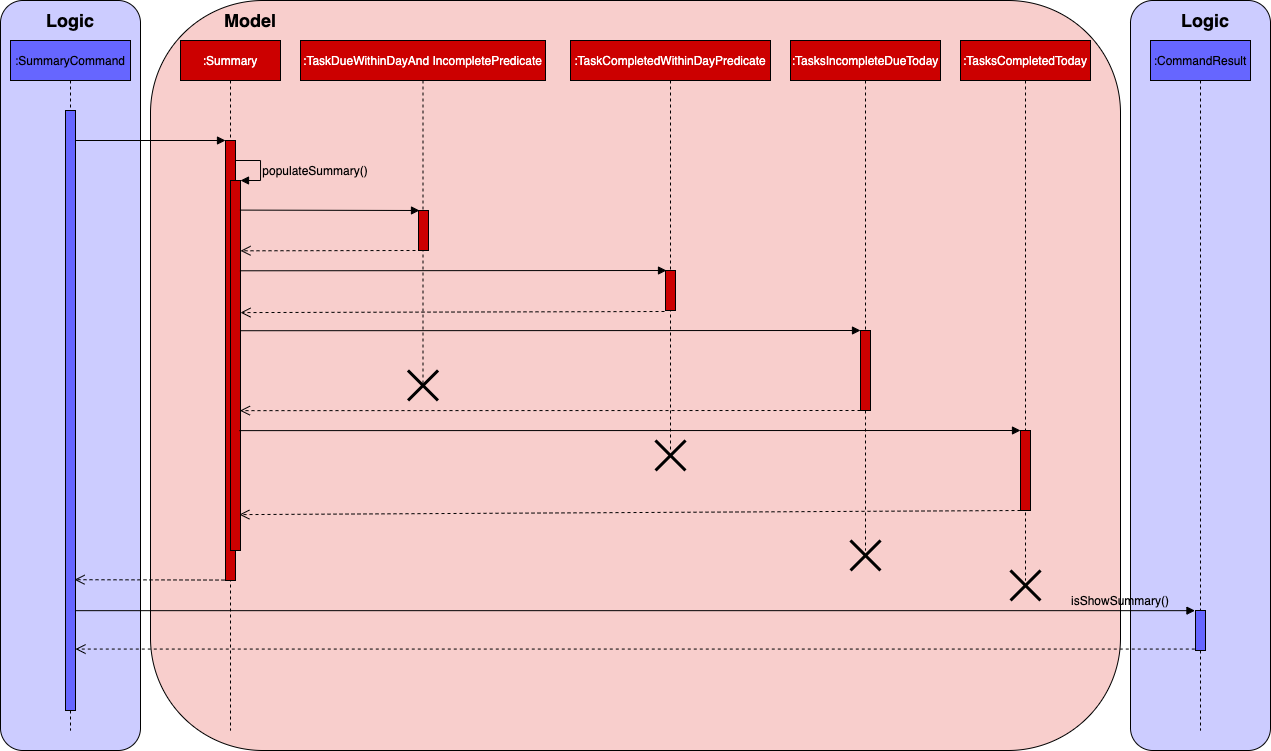
This is docs/images/SummaryCommandSequenceDiagram.png from yapdianhao/main, a draw.io export, as it was before one commit. Source tidied: cells renumbered, new cells last; positions are measured from the earlier drawing's top-left corner, leaving out a move shared by most shapes. Its diagram source:
```xml
<mxGraphModel>
  <root>
    <mxCell id="0" />
    <mxCell id="1" parent="0" />
    <mxCell id="2" style="rounded=1;whiteSpace=wrap;html=1;fillColor=#CCCCFF;arcSize=16;" parent="1" vertex="1">
      <mxGeometry x="1130" width="140" height="750" as="geometry" />
    </mxCell>
    <mxCell id="3" style="rounded=1;whiteSpace=wrap;html=1;fillColor=#F8CECC;" parent="1" vertex="1">
      <mxGeometry x="150" width="970" height="750" as="geometry" />
    </mxCell>
    <mxCell id="4" style="rounded=1;whiteSpace=wrap;html=1;fillColor=#CCCCFF;arcSize=16;" parent="1" vertex="1">
      <mxGeometry width="140" height="750" as="geometry" />
    </mxCell>
    <mxCell id="5" value=":SummaryCommand" style="shape=umlLifeline;perimeter=lifelinePerimeter;whiteSpace=wrap;html=1;fillColor=#6666FF;" parent="1" vertex="1">
      <mxGeometry x="10" y="40" width="120" height="690" as="geometry" />
    </mxCell>
    <mxCell id="6" style="html=1;points=[];perimeter=orthogonalPerimeter;fillColor=#6666FF;" parent="5" vertex="1">
      <mxGeometry x="55" y="70" width="10" height="600" as="geometry" />
    </mxCell>
    <mxCell id="7" value="&lt;font color=&quot;#ffffff&quot;&gt;:Summary&lt;/font&gt;" style="shape=umlLifeline;perimeter=lifelinePerimeter;whiteSpace=wrap;html=1;fillColor=#CC0000;" parent="1" vertex="1">
      <mxGeometry x="180" y="40" width="100" height="690" as="geometry" />
    </mxCell>
    <mxCell id="8" style="html=1;points=[];perimeter=orthogonalPerimeter;fillColor=#CC0000;" parent="7" vertex="1">
      <mxGeometry x="45" y="100" width="10" height="440" as="geometry" />
    </mxCell>
    <mxCell id="9" style="html=1;points=[];perimeter=orthogonalPerimeter;fillColor=#CC0000;" parent="7" vertex="1">
      <mxGeometry x="50" y="140" width="10" height="370" as="geometry" />
    </mxCell>
    <mxCell id="10" style="edgeStyle=orthogonalEdgeStyle;html=1;align=left;spacingLeft=2;endArrow=block;rounded=0;entryX=1;entryY=0;" parent="7" edge="1" target="9">
      <mxGeometry relative="1" as="geometry">
        <mxPoint x="55" y="120" as="sourcePoint" />
        <Array as="points">
          <mxPoint x="80" y="120" />
        </Array>
      </mxGeometry>
    </mxCell>
    <mxCell id="11" value="&lt;font color=&quot;#ffffff&quot;&gt;:TaskDueWithinDayAnd IncompletePredicate&lt;/font&gt;" style="shape=umlLifeline;perimeter=lifelinePerimeter;whiteSpace=wrap;html=1;fillColor=#CC0000;" parent="1" vertex="1">
      <mxGeometry x="300" y="40" width="245" height="345" as="geometry" />
    </mxCell>
    <mxCell id="12" style="html=1;points=[];perimeter=orthogonalPerimeter;fillColor=#CC0000;" parent="11" vertex="1">
      <mxGeometry x="118" y="170" width="10" height="40" as="geometry" />
    </mxCell>
    <mxCell id="13" style="shape=umlDestroy;whiteSpace=wrap;html=1;strokeWidth=3;" parent="11" vertex="1">
      <mxGeometry x="107.5" y="330" width="30" height="30" as="geometry" />
    </mxCell>
    <mxCell id="14" value="&lt;font color=&quot;#ffffff&quot;&gt;:TaskCompletedWithinDayPredicate&lt;/font&gt;" style="shape=umlLifeline;perimeter=lifelinePerimeter;whiteSpace=wrap;html=1;fillColor=#CC0000;" parent="1" vertex="1">
      <mxGeometry x="570" y="40" width="200" height="410" as="geometry" />
    </mxCell>
    <mxCell id="15" style="html=1;points=[];perimeter=orthogonalPerimeter;fillColor=#CC0000;" parent="14" vertex="1">
      <mxGeometry x="95" y="230" width="10" height="40" as="geometry" />
    </mxCell>
    <mxCell id="16" value="&lt;font color=&quot;#ffffff&quot;&gt;:TasksIncompleteDueToday&lt;/font&gt;" style="shape=umlLifeline;perimeter=lifelinePerimeter;whiteSpace=wrap;html=1;fillColor=#CC0000;" parent="1" vertex="1">
      <mxGeometry x="790" y="40" width="150" height="510" as="geometry" />
    </mxCell>
    <mxCell id="17" style="html=1;perimeter=orthogonalPerimeter;fillColor=#CC0000;" parent="16" vertex="1">
      <mxGeometry x="70" y="290" width="10" height="80" as="geometry" />
    </mxCell>
    <mxCell id="18" style="shape=umlDestroy;whiteSpace=wrap;html=1;strokeWidth=3;" parent="16" vertex="1">
      <mxGeometry x="60" y="500" width="30" height="30" as="geometry" />
    </mxCell>
    <mxCell id="19" value="&lt;font color=&quot;#ffffff&quot;&gt;:TasksCompletedToday&lt;/font&gt;" style="shape=umlLifeline;perimeter=lifelinePerimeter;whiteSpace=wrap;html=1;fillColor=#CC0000;" parent="1" vertex="1">
      <mxGeometry x="960" y="40" width="130" height="540" as="geometry" />
    </mxCell>
    <mxCell id="20" style="html=1;perimeter=orthogonalPerimeter;fillColor=#CC0000;" parent="19" vertex="1">
      <mxGeometry x="60" y="390" width="10" height="80" as="geometry" />
    </mxCell>
    <mxCell id="21" style="shape=umlDestroy;whiteSpace=wrap;html=1;strokeWidth=3;" parent="19" vertex="1">
      <mxGeometry x="50" y="530" width="30" height="30" as="geometry" />
    </mxCell>
    <mxCell id="22" value=":CommandResult" style="shape=umlLifeline;perimeter=lifelinePerimeter;whiteSpace=wrap;html=1;fillColor=#6666FF;" parent="1" vertex="1">
      <mxGeometry x="1150" y="40" width="100" height="690" as="geometry" />
    </mxCell>
    <mxCell id="23" style="html=1;points=[];perimeter=orthogonalPerimeter;fillColor=#6666FF;" parent="22" vertex="1">
      <mxGeometry x="45" y="570" width="10" height="40" as="geometry" />
    </mxCell>
    <mxCell id="24" style="html=1;verticalAlign=bottom;endArrow=block;entryX=0;entryY=0;entryDx=0;entryDy=0;entryPerimeter=0;" parent="1" edge="1" source="6" target="8">
      <mxGeometry relative="1" as="geometry" />
    </mxCell>
    <mxCell id="25" style="html=1;verticalAlign=bottom;endArrow=block;entryX=0.1;entryY=0;entryDx=0;entryDy=0;entryPerimeter=0;exitX=0.943;exitY=0.08;exitDx=0;exitDy=0;exitPerimeter=0;" parent="1" edge="1" source="9" target="12">
      <mxGeometry relative="1" as="geometry" />
    </mxCell>
    <mxCell id="26" style="html=1;verticalAlign=bottom;endArrow=block;entryX=0.1;entryY=0;entryDx=0;entryDy=0;entryPerimeter=0;exitX=0.943;exitY=0.244;exitDx=0;exitDy=0;exitPerimeter=0;" parent="1" edge="1" source="9" target="15">
      <mxGeometry relative="1" as="geometry" />
    </mxCell>
    <mxCell id="27" style="html=1;verticalAlign=bottom;endArrow=open;dashed=1;endSize=8;exitX=-0.1;exitY=1.025;exitDx=0;exitDy=0;exitPerimeter=0;entryX=1;entryY=0.357;entryDx=0;entryDy=0;entryPerimeter=0;" parent="1" edge="1" source="15" target="9">
      <mxGeometry relative="1" as="geometry" />
    </mxCell>
    <mxCell id="28" style="html=1;verticalAlign=bottom;endArrow=block;exitX=1;exitY=0.406;exitDx=0;exitDy=0;exitPerimeter=0;" parent="1" edge="1" source="9">
      <mxGeometry relative="1" as="geometry">
        <mxPoint x="860" y="330" as="targetPoint" />
      </mxGeometry>
    </mxCell>
    <mxCell id="29" style="html=1;verticalAlign=bottom;endArrow=open;dashed=1;endSize=8;entryX=0.943;entryY=0.622;entryDx=0;entryDy=0;entryPerimeter=0;" parent="1" edge="1" target="9">
      <mxGeometry relative="1" as="geometry">
        <mxPoint x="860" y="410" as="sourcePoint" />
      </mxGeometry>
    </mxCell>
    <mxCell id="30" style="html=1;verticalAlign=bottom;endArrow=block;exitX=0.886;exitY=0.676;exitDx=0;exitDy=0;exitPerimeter=0;" parent="1" edge="1" source="9">
      <mxGeometry relative="1" as="geometry">
        <mxPoint x="1020" y="430" as="targetPoint" />
      </mxGeometry>
    </mxCell>
    <mxCell id="31" style="html=1;verticalAlign=bottom;endArrow=open;dashed=1;endSize=8;entryX=0.886;entryY=0.903;entryDx=0;entryDy=0;entryPerimeter=0;" parent="1" edge="1" target="9">
      <mxGeometry relative="1" as="geometry">
        <mxPoint x="1020" y="510" as="sourcePoint" />
      </mxGeometry>
    </mxCell>
    <mxCell id="32" style="html=1;verticalAlign=bottom;endArrow=open;dashed=1;endSize=8;exitX=-0.3;exitY=1;exitDx=0;exitDy=0;exitPerimeter=0;entryX=1;entryY=0.19;entryDx=0;entryDy=0;entryPerimeter=0;" parent="1" edge="1" source="12" target="9">
      <mxGeometry relative="1" as="geometry" />
    </mxCell>
    <mxCell id="33" style="html=1;verticalAlign=bottom;endArrow=open;dashed=1;endSize=8;exitX=-0.1;exitY=0.999;exitDx=0;exitDy=0;exitPerimeter=0;entryX=0.9;entryY=0.782;entryDx=0;entryDy=0;entryPerimeter=0;" parent="1" edge="1" source="8" target="6">
      <mxGeometry relative="1" as="geometry" />
    </mxCell>
    <mxCell id="34" style="html=1;verticalAlign=bottom;endArrow=block;entryX=-0.054;entryY=0.004;entryDx=0;entryDy=0;entryPerimeter=0;" parent="1" edge="1" source="6" target="23">
      <mxGeometry x="0.88" relative="1" as="geometry" />
    </mxCell>
    <mxCell id="35" style="html=1;verticalAlign=bottom;endArrow=open;dashed=1;endSize=8;exitX=-0.071;exitY=0.964;exitDx=0;exitDy=0;exitPerimeter=0;" parent="1" edge="1" source="23" target="6">
      <mxGeometry relative="1" as="geometry" />
    </mxCell>
    <mxCell id="36" value="&lt;b&gt;&lt;font style=&quot;font-size: 18px&quot;&gt;Model&lt;/font&gt;&lt;/b&gt;" style="text;html=1;strokeColor=none;fillColor=none;align=center;verticalAlign=middle;whiteSpace=wrap;rounded=0;" parent="1" vertex="1">
      <mxGeometry x="230" y="10" width="40" height="20" as="geometry" />
    </mxCell>
    <mxCell id="37" value="&lt;b&gt;&lt;font style=&quot;font-size: 18px&quot;&gt;Logic&lt;/font&gt;&lt;/b&gt;" style="text;html=1;strokeColor=none;fillColor=none;align=center;verticalAlign=middle;whiteSpace=wrap;rounded=0;" parent="1" vertex="1">
      <mxGeometry x="50" y="10" width="40" height="20" as="geometry" />
    </mxCell>
    <mxCell id="38" value="&lt;b&gt;&lt;font style=&quot;font-size: 18px&quot;&gt;Logic&lt;/font&gt;&lt;/b&gt;" style="text;html=1;strokeColor=none;fillColor=none;align=center;verticalAlign=middle;whiteSpace=wrap;rounded=0;" parent="1" vertex="1">
      <mxGeometry x="1185" y="10" width="40" height="20" as="geometry" />
    </mxCell>
    <mxCell id="39" style="shape=umlDestroy;whiteSpace=wrap;html=1;strokeWidth=3;" parent="1" vertex="1">
      <mxGeometry x="655" y="440" width="30" height="30" as="geometry" />
    </mxCell>
    <mxCell id="40" value="populateSummary()" style="text;html=1;strokeColor=none;fillColor=none;align=center;verticalAlign=middle;whiteSpace=wrap;rounded=0;" parent="1" vertex="1">
      <mxGeometry x="295" y="160" width="40" height="20" as="geometry" />
    </mxCell>
    <mxCell id="41" value="isShowSummary()" style="text;html=1;strokeColor=none;fillColor=none;align=center;verticalAlign=middle;whiteSpace=wrap;rounded=0;" parent="1" vertex="1">
      <mxGeometry x="1100" y="590" width="40" height="20" as="geometry" />
    </mxCell>
  </root>
</mxGraphModel>
```
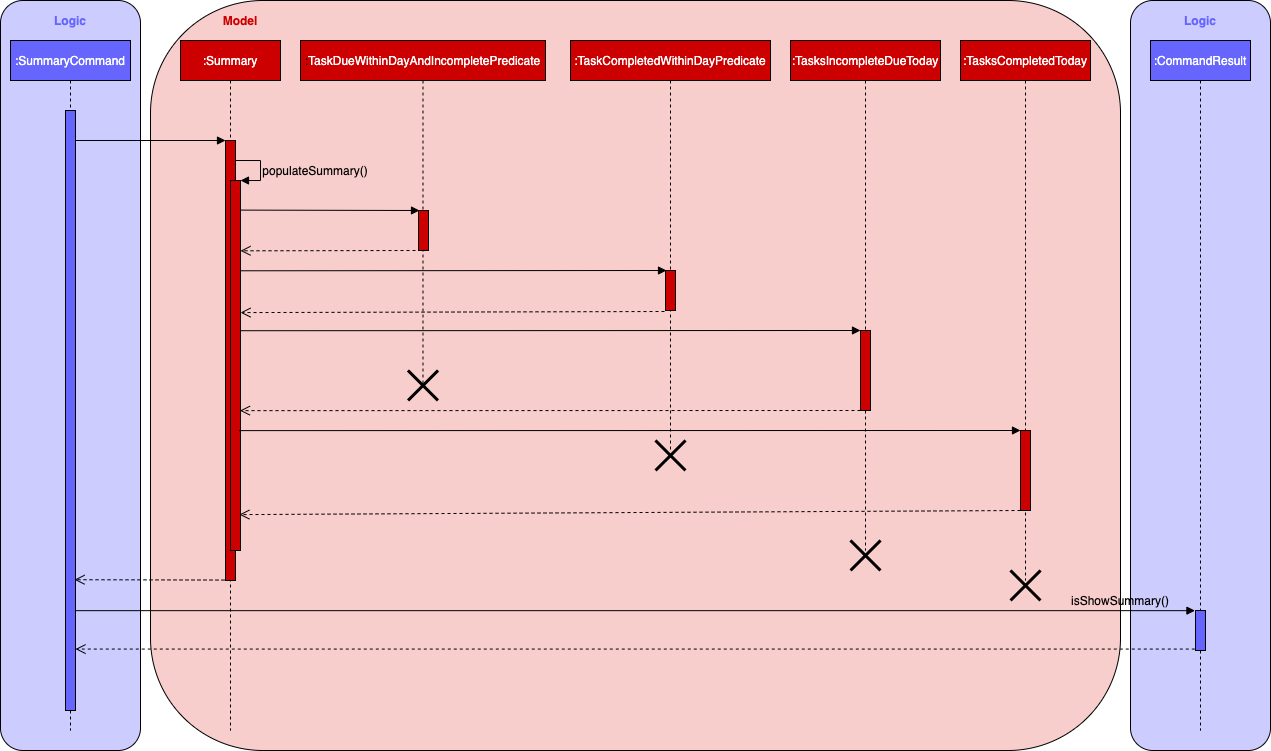
The same diagram one commit later.

Commit message:
Updated DG figures to match font colouring

The edit, as a diff of the source:
```diff
@@ -11,7 +11,7 @@
     <mxCell id="4" style="rounded=1;whiteSpace=wrap;html=1;fillColor=#CCCCFF;arcSize=16;" parent="1" vertex="1">
       <mxGeometry width="140" height="750" as="geometry" />
     </mxCell>
-    <mxCell id="5" value=":SummaryCommand" style="shape=umlLifeline;perimeter=lifelinePerimeter;whiteSpace=wrap;html=1;fillColor=#6666FF;" parent="1" vertex="1">
+    <mxCell id="5" value="&lt;font color=&quot;#ffffff&quot;&gt;:SummaryCommand&lt;/font&gt;" style="shape=umlLifeline;perimeter=lifelinePerimeter;whiteSpace=wrap;html=1;fillColor=#6666FF;" parent="1" vertex="1">
       <mxGeometry x="10" y="40" width="120" height="690" as="geometry" />
     </mxCell>
     <mxCell id="6" style="html=1;points=[];perimeter=orthogonalPerimeter;fillColor=#6666FF;" parent="5" vertex="1">
@@ -34,7 +34,7 @@
         </Array>
       </mxGeometry>
     </mxCell>
-    <mxCell id="11" value="&lt;font color=&quot;#ffffff&quot;&gt;:TaskDueWithinDayAnd IncompletePredicate&lt;/font&gt;" style="shape=umlLifeline;perimeter=lifelinePerimeter;whiteSpace=wrap;html=1;fillColor=#CC0000;" parent="1" vertex="1">
+    <mxCell id="11" value=":&lt;font color=&quot;#ffffff&quot;&gt;TaskDueWithinDayAndIncompletePredicate&lt;/font&gt;" style="shape=umlLifeline;perimeter=lifelinePerimeter;whiteSpace=wrap;html=1;fillColor=#CC0000;" parent="1" vertex="1">
       <mxGeometry x="300" y="40" width="245" height="345" as="geometry" />
     </mxCell>
     <mxCell id="12" style="html=1;points=[];perimeter=orthogonalPerimeter;fillColor=#CC0000;" parent="11" vertex="1">
@@ -67,7 +67,7 @@
     <mxCell id="21" style="shape=umlDestroy;whiteSpace=wrap;html=1;strokeWidth=3;" parent="19" vertex="1">
       <mxGeometry x="50" y="530" width="30" height="30" as="geometry" />
     </mxCell>
-    <mxCell id="22" value=":CommandResult" style="shape=umlLifeline;perimeter=lifelinePerimeter;whiteSpace=wrap;html=1;fillColor=#6666FF;" parent="1" vertex="1">
+    <mxCell id="22" value="&lt;font color=&quot;#ffffff&quot;&gt;:CommandResult&lt;/font&gt;" style="shape=umlLifeline;perimeter=lifelinePerimeter;whiteSpace=wrap;html=1;fillColor=#6666FF;" parent="1" vertex="1">
       <mxGeometry x="1150" y="40" width="100" height="690" as="geometry" />
     </mxCell>
     <mxCell id="23" style="html=1;points=[];perimeter=orthogonalPerimeter;fillColor=#6666FF;" parent="22" vertex="1">
@@ -117,14 +117,14 @@
     <mxCell id="35" style="html=1;verticalAlign=bottom;endArrow=open;dashed=1;endSize=8;exitX=-0.071;exitY=0.964;exitDx=0;exitDy=0;exitPerimeter=0;" parent="1" edge="1" source="23" target="6">
       <mxGeometry relative="1" as="geometry" />
     </mxCell>
-    <mxCell id="36" value="&lt;b&gt;&lt;font style=&quot;font-size: 18px&quot;&gt;Model&lt;/font&gt;&lt;/b&gt;" style="text;html=1;strokeColor=none;fillColor=none;align=center;verticalAlign=middle;whiteSpace=wrap;rounded=0;" parent="1" vertex="1">
-      <mxGeometry x="230" y="10" width="40" height="20" as="geometry" />
+    <mxCell id="36" value="&lt;b&gt;&lt;font style=&quot;font-size: 12px&quot; color=&quot;#cc0000&quot;&gt;Model&lt;/font&gt;&lt;/b&gt;" style="text;html=1;strokeColor=none;fillColor=none;align=center;verticalAlign=middle;whiteSpace=wrap;rounded=0;" parent="1" vertex="1">
+      <mxGeometry x="220" y="10" width="40" height="20" as="geometry" />
     </mxCell>
-    <mxCell id="37" value="&lt;b&gt;&lt;font style=&quot;font-size: 18px&quot;&gt;Logic&lt;/font&gt;&lt;/b&gt;" style="text;html=1;strokeColor=none;fillColor=none;align=center;verticalAlign=middle;whiteSpace=wrap;rounded=0;" parent="1" vertex="1">
+    <mxCell id="37" value="&lt;b&gt;&lt;font style=&quot;font-size: 12px&quot; color=&quot;#6666ff&quot;&gt;Logic&lt;/font&gt;&lt;/b&gt;" style="text;html=1;strokeColor=none;fillColor=none;align=center;verticalAlign=middle;whiteSpace=wrap;rounded=0;" parent="1" vertex="1">
       <mxGeometry x="50" y="10" width="40" height="20" as="geometry" />
     </mxCell>
-    <mxCell id="38" value="&lt;b&gt;&lt;font style=&quot;font-size: 18px&quot;&gt;Logic&lt;/font&gt;&lt;/b&gt;" style="text;html=1;strokeColor=none;fillColor=none;align=center;verticalAlign=middle;whiteSpace=wrap;rounded=0;" parent="1" vertex="1">
-      <mxGeometry x="1185" y="10" width="40" height="20" as="geometry" />
+    <mxCell id="38" value="&lt;b&gt;&lt;font style=&quot;font-size: 12px&quot; color=&quot;#6666ff&quot;&gt;Logic&lt;/font&gt;&lt;/b&gt;" style="text;html=1;strokeColor=none;fillColor=none;align=center;verticalAlign=middle;whiteSpace=wrap;rounded=0;" parent="1" vertex="1">
+      <mxGeometry x="1180" y="10" width="40" height="20" as="geometry" />
     </mxCell>
     <mxCell id="39" style="shape=umlDestroy;whiteSpace=wrap;html=1;strokeWidth=3;" parent="1" vertex="1">
       <mxGeometry x="655" y="440" width="30" height="30" as="geometry" />
```
